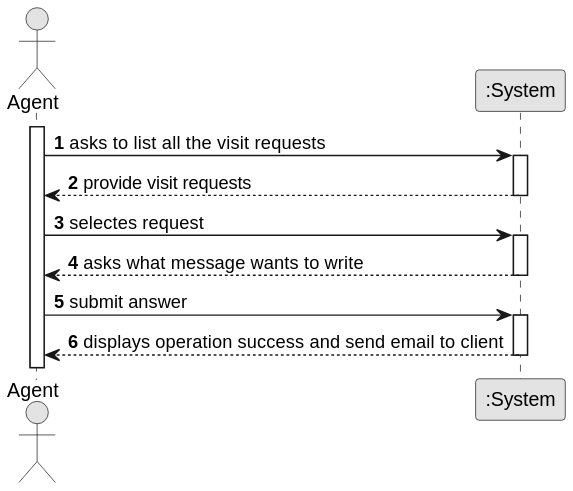
Shushizinho/RealEstateUSASystem keeps this PlantUML diagram as docs/sprintD/us016/01.requirements-engineering/svg/us016-system-sequence-diagram.svg. Above is the earlier version.
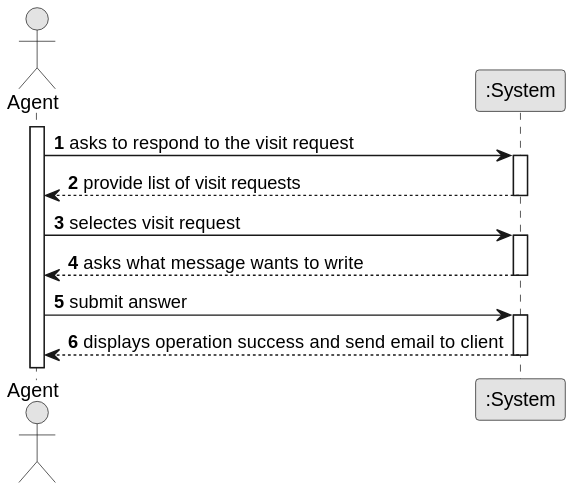
The same diagram one commit later.

Change to the diagram source:
```diff
@@ -12,13 +12,13 @@
 
 activate Agent
 
-    Agent -> System : asks to list all the visit requests
+    Agent -> System : asks to respond to the visit request
     activate System
 
-        System --> Agent : provide visit requests
+        System --> Agent : provide list of visit requests
     deactivate System
 
-    Agent -> System : selectes request
+    Agent -> System : selectes visit request
     activate System
 
         System --> Agent :asks what message wants to write
```
